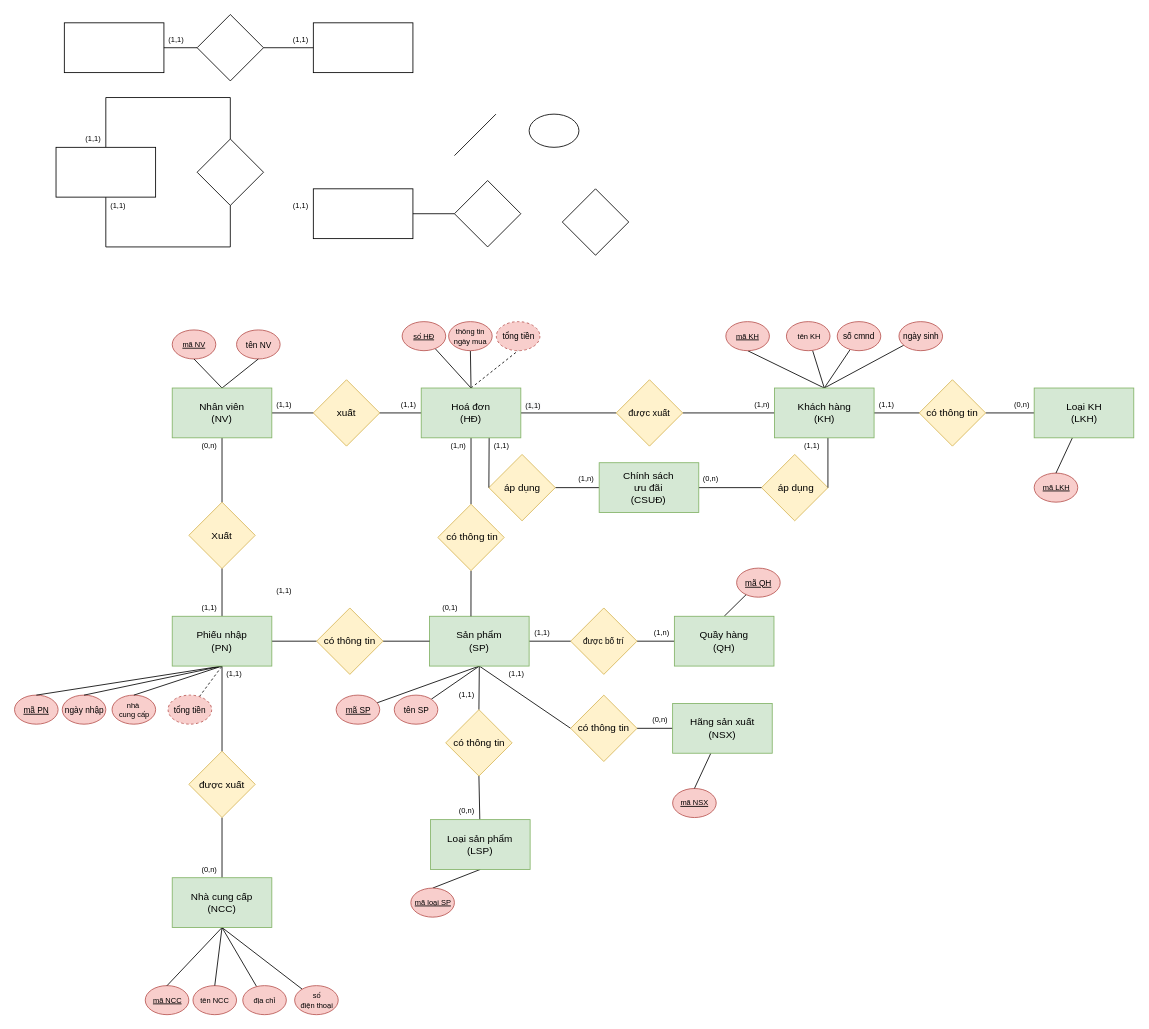
This is EXERCISES/Untitled Diagram.drawio from andytino/Documents-Database, a draw.io file, before an edit. Source tidied: cells renumbered, new cells numbered last; positions are measured from the earlier drawing's top-left corner, leaving out a move shared by most shapes. Both pictures are drawn from the tidied source at 83%, with x=0, y=0 at pixel (14, 14).
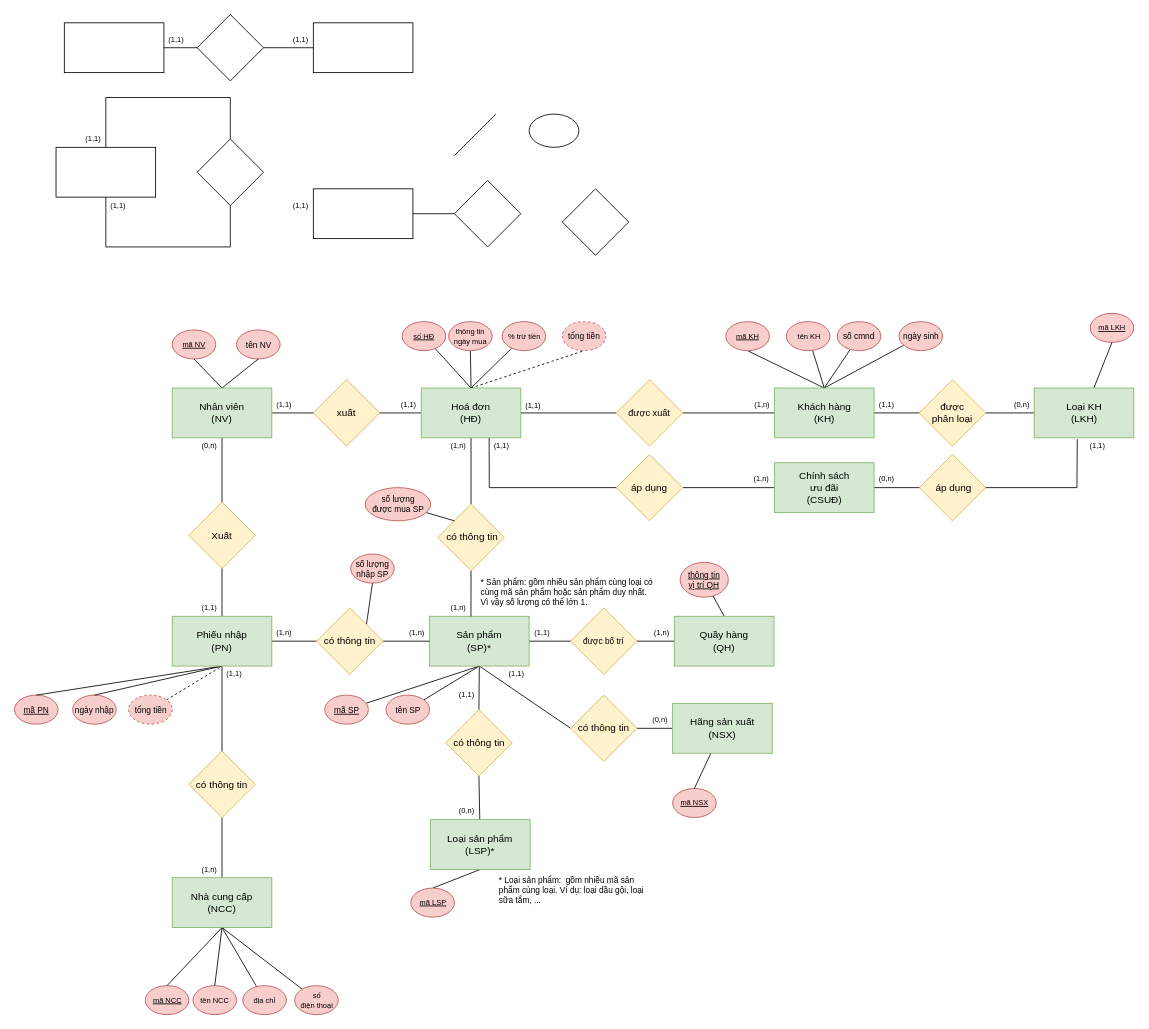
The same page after the edit.

The change refers to these unchanged cells:
```xml
<mxCell id="90" value="Phiếu nhập&lt;br&gt;(PN)" style="rounded=0;whiteSpace=wrap;html=1;fillColor=#d5e8d4;strokeColor=#82b366;" parent="1" vertex="1">
  <mxGeometry x="190" y="725" width="120" height="60" as="geometry" />
</mxCell>
<mxCell id="94" value="có thông tin" style="rhombus;whiteSpace=wrap;html=1;fillColor=#fff2cc;strokeColor=#d6b656;" parent="1" vertex="1">
  <mxGeometry x="364" y="715" width="80" height="80" as="geometry" />
</mxCell>
<mxCell id="105" value="Hoá đơn&lt;br&gt;(HĐ)" style="rounded=0;whiteSpace=wrap;html=1;fillColor=#d5e8d4;strokeColor=#82b366;" parent="1" vertex="1">
  <mxGeometry x="490" y="450" width="120" height="60" as="geometry" />
</mxCell>
<mxCell id="110" value="&amp;nbsp;có thông tin" style="rhombus;whiteSpace=wrap;html=1;fillColor=#fff2cc;strokeColor=#d6b656;" parent="1" vertex="1">
  <mxGeometry x="510" y="590" width="80" height="80" as="geometry" />
</mxCell>
<mxCell id="144" value="Loại KH&lt;br&gt;(LKH)" style="rounded=0;whiteSpace=wrap;html=1;fillColor=#d5e8d4;strokeColor=#82b366;" parent="1" vertex="1">
  <mxGeometry x="1228.5" y="450" width="120" height="60" as="geometry" />
</mxCell>
```

Change to the diagram source:
```diff
@@
     <mxCell id="33" value="&amp;nbsp;áp dụng" style="rhombus;whiteSpace=wrap;html=1;rotation=0;fillColor=#fff2cc;strokeColor=#d6b656;" parent="1" vertex="1">
-      <mxGeometry x="900" y="530" width="80" height="80" as="geometry" />
+      <mxGeometry x="1090" y="530" width="80" height="80" as="geometry" />
     </mxCell>
-    <mxCell id="34" style="edgeStyle=none;shape=connector;rounded=0;jettySize=auto;html=1;labelBackgroundColor=default;fontFamily=Helvetica;fontSize=9;fontColor=default;endArrow=none;strokeColor=default;entryX=1;entryY=0.5;entryDx=0;entryDy=0;" parent="1" edge="1" target="33">
+    <mxCell id="34" style="edgeStyle=none;shape=connector;rounded=0;jettySize=auto;html=1;labelBackgroundColor=default;fontFamily=Helvetica;fontSize=9;fontColor=default;endArrow=none;strokeColor=default;entryX=1;entryY=0.5;entryDx=0;entryDy=0;exitX=0.433;exitY=1.028;exitDx=0;exitDy=0;exitPerimeter=0;" parent="1" edge="1" source="144" target="33">
       <mxGeometry relative="1" as="geometry">
-        <mxPoint x="980" y="510" as="sourcePoint" />
+        <Array as="points">
+          <mxPoint x="1280" y="570" />
+        </Array>
       </mxGeometry>
     </mxCell>
@@
     <mxCell id="44" value="ngày nhập" style="ellipse;whiteSpace=wrap;html=1;fontSize=10;fillColor=#f8cecc;strokeColor=#b85450;" parent="1" vertex="1">
-      <mxGeometry x="57.5" y="820" width="52.5" height="35" as="geometry" />
+      <mxGeometry x="70" y="820" width="52.5" height="35" as="geometry" />
     </mxCell>
-    <mxCell id="45" value="nhà&amp;nbsp;&lt;br style=&quot;font-size: 9px;&quot;&gt;cung cấp" style="ellipse;whiteSpace=wrap;html=1;fontSize=9;fillColor=#f8cecc;strokeColor=#b85450;" parent="1" vertex="1">
-      <mxGeometry x="117.5" y="820" width="52.5" height="35" as="geometry" />
-    </mxCell>
@@
-    <mxCell id="48" style="edgeStyle=none;shape=connector;rounded=0;jettySize=auto;html=1;entryX=0.5;entryY=0;entryDx=0;entryDy=0;labelBackgroundColor=default;fontFamily=Helvetica;fontSize=9;fontColor=default;endArrow=none;strokeColor=default;exitX=0.5;exitY=1;exitDx=0;exitDy=0;" parent="1" edge="1" source="90" target="45">
-      <mxGeometry relative="1" as="geometry" />
-    </mxCell>
@@
     <mxCell id="50" value="tổng tiền" style="ellipse;whiteSpace=wrap;html=1;fontSize=10;dashed=1;fillColor=#f8cecc;strokeColor=#b85450;" parent="1" vertex="1">
-      <mxGeometry x="185" y="820" width="52.5" height="35" as="geometry" />
+      <mxGeometry x="137.5" y="820" width="52.5" height="35" as="geometry" />
     </mxCell>
@@
     <mxCell id="56" value="&lt;u style=&quot;font-size: 10px;&quot;&gt;mã SP&lt;/u&gt;" style="ellipse;whiteSpace=wrap;html=1;fontSize=10;fillColor=#f8cecc;strokeColor=#b85450;" parent="1" vertex="1">
-      <mxGeometry x="387.5" y="820" width="52.5" height="35" as="geometry" />
+      <mxGeometry x="373.8" y="820" width="52.5" height="35" as="geometry" />
     </mxCell>
@@
     <mxCell id="58" value="tên SP" style="ellipse;whiteSpace=wrap;html=1;fontSize=10;fillColor=#f8cecc;strokeColor=#b85450;" parent="1" vertex="1">
-      <mxGeometry x="457.5" y="820" width="52.5" height="35" as="geometry" />
+      <mxGeometry x="447.5" y="820" width="52.5" height="35" as="geometry" />
     </mxCell>
@@
-    <mxCell id="62" value="&lt;u&gt;mã loại SP&lt;/u&gt;" style="ellipse;whiteSpace=wrap;html=1;fontSize=9;fillColor=#f8cecc;strokeColor=#b85450;" parent="1" vertex="1">
+    <mxCell id="62" value="&lt;u&gt;mã LSP&lt;/u&gt;" style="ellipse;whiteSpace=wrap;html=1;fontSize=9;fillColor=#f8cecc;strokeColor=#b85450;" parent="1" vertex="1">
       <mxGeometry x="477.5" y="1052.5" width="52.5" height="35" as="geometry" />
     </mxCell>
@@
     <mxCell id="67" value="tổng tiền" style="ellipse;whiteSpace=wrap;html=1;fontSize=10;dashed=1;fillColor=#f8cecc;strokeColor=#b85450;" parent="1" vertex="1">
-      <mxGeometry x="580.5" y="370" width="52.5" height="35" as="geometry" />
+      <mxGeometry x="660" y="370" width="52.5" height="35" as="geometry" />
     </mxCell>
@@
-    <mxCell id="77" style="edgeStyle=none;shape=connector;rounded=0;jettySize=auto;html=1;entryX=1;entryY=1;entryDx=0;entryDy=0;labelBackgroundColor=default;fontFamily=Helvetica;fontSize=10;fontColor=default;endArrow=none;strokeColor=default;" parent="1" edge="1" source="78" target="143">
+    <mxCell id="77" style="edgeStyle=none;shape=connector;rounded=0;jettySize=auto;html=1;labelBackgroundColor=default;fontFamily=Helvetica;fontSize=10;fontColor=default;endArrow=none;strokeColor=default;" parent="1" edge="1" source="78" target="142">
       <mxGeometry relative="1" as="geometry" />
     </mxCell>
     <mxCell id="78" value="áp dụng" style="rhombus;whiteSpace=wrap;html=1;rotation=0;fillColor=#fff2cc;strokeColor=#d6b656;" parent="1" vertex="1">
-      <mxGeometry x="571.5" y="530" width="80" height="80" as="geometry" />
+      <mxGeometry x="725" y="530" width="80" height="80" as="geometry" />
     </mxCell>
     <mxCell id="79" style="edgeStyle=none;shape=connector;rounded=0;jettySize=auto;html=1;entryX=0;entryY=0.5;entryDx=0;entryDy=0;labelBackgroundColor=default;fontFamily=Helvetica;fontSize=10;fontColor=default;endArrow=none;strokeColor=default;exitX=0.682;exitY=0.998;exitDx=0;exitDy=0;exitPerimeter=0;" parent="1" edge="1" source="105" target="78">
-      <mxGeometry relative="1" as="geometry" />
+      <mxGeometry relative="1" as="geometry">
+        <Array as="points">
+          <mxPoint x="572" y="570" />
+        </Array>
+      </mxGeometry>
     </mxCell>
     <mxCell id="80" value="(0,n)" style="text;html=1;strokeColor=none;fillColor=none;align=center;verticalAlign=middle;whiteSpace=wrap;rounded=0;fontFamily=Helvetica;fontSize=9;fontColor=default;" parent="1" vertex="1">
-      <mxGeometry x="824.4" y="550" width="30" height="20" as="geometry" />
+      <mxGeometry x="1035.6" y="550" width="30" height="20" as="geometry" />
     </mxCell>
@@
-    <mxCell id="82" value="được xuất" style="rhombus;whiteSpace=wrap;html=1;fillColor=#fff2cc;strokeColor=#d6b656;" parent="1" vertex="1">
+    <mxCell id="82" value="có thông tin" style="rhombus;whiteSpace=wrap;html=1;fillColor=#fff2cc;strokeColor=#d6b656;" parent="1" vertex="1">
       <mxGeometry x="210" y="887.5" width="80" height="80" as="geometry" />
     </mxCell>
@@
-    <mxCell id="88" value="Sản phẩm&lt;br&gt;(SP)" style="rounded=0;whiteSpace=wrap;html=1;fillColor=#d5e8d4;strokeColor=#82b366;" parent="1" vertex="1">
+    <mxCell id="88" value="Sản phẩm&lt;br&gt;(SP)*" style="rounded=0;whiteSpace=wrap;html=1;fillColor=#d5e8d4;strokeColor=#82b366;" parent="1" vertex="1">
       <mxGeometry x="500" y="725" width="120" height="60" as="geometry" />
     </mxCell>
@@
-    <mxCell id="91" value="(1,1)" style="text;html=1;strokeColor=none;fillColor=none;align=center;verticalAlign=middle;whiteSpace=wrap;rounded=0;fontFamily=Helvetica;fontSize=9;fontColor=default;" parent="1" vertex="1">
-      <mxGeometry x="310" y="685" width="30" height="20" as="geometry" />
+    <mxCell id="91" value="(1,n)" style="text;html=1;strokeColor=none;fillColor=none;align=center;verticalAlign=middle;whiteSpace=wrap;rounded=0;fontFamily=Helvetica;fontSize=9;fontColor=default;" parent="1" vertex="1">
+      <mxGeometry x="310" y="735" width="30" height="20" as="geometry" />
     </mxCell>
@@
+    <mxCell id="146" style="edgeStyle=none;shape=connector;rounded=0;jettySize=auto;html=1;exitX=1;exitY=0;exitDx=0;exitDy=0;entryX=0.5;entryY=1;entryDx=0;entryDy=0;labelBackgroundColor=default;fontFamily=Helvetica;fontSize=11;fontColor=default;endArrow=none;strokeColor=default;" parent="1" edge="1" source="94" target="147">
+      <mxGeometry relative="1" as="geometry" />
+    </mxCell>
@@
-    <mxCell id="97" value="&lt;u style=&quot;font-size: 10px;&quot;&gt;mã QH&lt;/u&gt;" style="ellipse;whiteSpace=wrap;html=1;fontSize=10;fillColor=#f8cecc;strokeColor=#b85450;" parent="1" vertex="1">
-      <mxGeometry x="870" y="667" width="52.5" height="35" as="geometry" />
+    <mxCell id="97" value="&lt;u&gt;thông tin&lt;br&gt;vị trí QH&lt;/u&gt;" style="ellipse;whiteSpace=wrap;html=1;fontSize=10;fillColor=#f8cecc;strokeColor=#b85450;" parent="1" vertex="1">
+      <mxGeometry x="801.9" y="660" width="58.1" height="42" as="geometry" />
     </mxCell>
@@
-    <mxCell id="118" value="có thông tin" style="rhombus;whiteSpace=wrap;html=1;fillColor=#fff2cc;strokeColor=#d6b656;" parent="1" vertex="1">
+    <mxCell id="118" value="được&lt;br&gt;phân loại" style="rhombus;whiteSpace=wrap;html=1;fillColor=#fff2cc;strokeColor=#d6b656;" parent="1" vertex="1">
       <mxGeometry x="1090" y="440" width="80" height="80" as="geometry" />
     </mxCell>
     <mxCell id="119" value="&lt;u&gt;mã LKH&lt;/u&gt;" style="ellipse;whiteSpace=wrap;html=1;fontSize=9;fillColor=#f8cecc;strokeColor=#b85450;" parent="1" vertex="1">
-      <mxGeometry x="1228.5" y="552.5" width="52.5" height="35" as="geometry" />
+      <mxGeometry x="1296" y="360" width="52.5" height="35" as="geometry" />
     </mxCell>
@@
-    <mxCell id="121" style="edgeStyle=none;shape=connector;rounded=0;jettySize=auto;html=1;entryX=0.5;entryY=0;entryDx=0;entryDy=0;labelBackgroundColor=default;fontFamily=Helvetica;fontSize=10;fontColor=default;endArrow=none;strokeColor=default;" parent="1" edge="1" source="144" target="119">
+    <mxCell id="121" style="edgeStyle=none;shape=connector;rounded=0;jettySize=auto;html=1;entryX=0.5;entryY=1;entryDx=0;entryDy=0;labelBackgroundColor=default;fontFamily=Helvetica;fontSize=10;fontColor=default;endArrow=none;strokeColor=default;" parent="1" edge="1" source="144" target="119">
       <mxGeometry relative="1" as="geometry" />
     </mxCell>
@@
-    <mxCell id="129" value="(0,1)" style="text;html=1;strokeColor=none;fillColor=none;align=center;verticalAlign=middle;whiteSpace=wrap;rounded=0;fontFamily=Helvetica;fontSize=9;fontColor=default;" parent="1" vertex="1">
-      <mxGeometry x="510" y="705" width="30" height="20" as="geometry" />
+    <mxCell id="129" value="(1,n)" style="text;html=1;strokeColor=none;fillColor=none;align=center;verticalAlign=middle;whiteSpace=wrap;rounded=0;fontFamily=Helvetica;fontSize=9;fontColor=default;" parent="1" vertex="1">
+      <mxGeometry x="519.5" y="705" width="30" height="20" as="geometry" />
     </mxCell>
@@
-    <mxCell id="131" value="(0,n)" style="text;html=1;strokeColor=none;fillColor=none;align=center;verticalAlign=middle;whiteSpace=wrap;rounded=0;fontFamily=Helvetica;fontSize=9;fontColor=default;" parent="1" vertex="1">
+    <mxCell id="131" value="(1,n)" style="text;html=1;strokeColor=none;fillColor=none;align=center;verticalAlign=middle;whiteSpace=wrap;rounded=0;fontFamily=Helvetica;fontSize=9;fontColor=default;" parent="1" vertex="1">
       <mxGeometry x="220" y="1020" width="30" height="20" as="geometry" />
     </mxCell>
@@
-    <mxCell id="135" value="Loại sản phẩm&lt;br&gt;(LSP)" style="rounded=0;whiteSpace=wrap;html=1;fillColor=#d5e8d4;strokeColor=#82b366;" parent="1" vertex="1">
+    <mxCell id="135" value="Loại sản phẩm&lt;br&gt;(LSP)*" style="rounded=0;whiteSpace=wrap;html=1;fillColor=#d5e8d4;strokeColor=#82b366;" parent="1" vertex="1">
       <mxGeometry x="501.2" y="970" width="120" height="60" as="geometry" />
     </mxCell>
@@
     <mxCell id="139" value="(1,1)" style="text;html=1;strokeColor=none;fillColor=none;align=center;verticalAlign=middle;whiteSpace=wrap;rounded=0;fontFamily=Helvetica;fontSize=9;fontColor=default;" parent="1" vertex="1">
-      <mxGeometry x="945.6" y="510" width="30" height="20" as="geometry" />
+      <mxGeometry x="1290" y="510" width="30" height="20" as="geometry" />
     </mxCell>
@@
     <mxCell id="142" value="Chính sách&lt;br&gt;ưu đãi&lt;br&gt;(CSUĐ)" style="rounded=0;whiteSpace=wrap;html=1;fillColor=#d5e8d4;strokeColor=#82b366;" parent="1" vertex="1">
-      <mxGeometry x="704.4" y="540" width="120" height="60" as="geometry" />
+      <mxGeometry x="915.6" y="540" width="120" height="60" as="geometry" />
     </mxCell>
     <mxCell id="143" value="(1,n)" style="text;html=1;strokeColor=none;fillColor=none;align=center;verticalAlign=middle;whiteSpace=wrap;rounded=0;fontFamily=Helvetica;fontSize=9;fontColor=default;" parent="1" vertex="1">
-      <mxGeometry x="674.4" y="550" width="30" height="20" as="geometry" />
+      <mxGeometry x="885" y="550" width="30" height="20" as="geometry" />
     </mxCell>
@@
+    <mxCell id="147" value="&lt;span&gt;số lượng nhập SP&lt;/span&gt;" style="ellipse;whiteSpace=wrap;html=1;fontSize=10;fillColor=#f8cecc;strokeColor=#b85450;fontStyle=0;" parent="1" vertex="1">
+      <mxGeometry x="405" y="650" width="52.5" height="35" as="geometry" />
+    </mxCell>
+    <mxCell id="148" value="(1,n)" style="text;html=1;strokeColor=none;fillColor=none;align=center;verticalAlign=middle;whiteSpace=wrap;rounded=0;fontFamily=Helvetica;fontSize=9;fontColor=default;" parent="1" vertex="1">
+      <mxGeometry x="470" y="735" width="30" height="20" as="geometry" />
+    </mxCell>
+    <mxCell id="149" style="edgeStyle=none;shape=connector;rounded=0;jettySize=auto;html=1;entryX=0;entryY=0;entryDx=0;entryDy=0;labelBackgroundColor=default;fontFamily=Helvetica;fontSize=10;fontColor=default;endArrow=none;strokeColor=default;" parent="1" edge="1" source="150" target="110">
+      <mxGeometry relative="1" as="geometry" />
+    </mxCell>
+    <mxCell id="150" value="&lt;span&gt;số lượng &lt;br&gt;được mua SP&lt;/span&gt;" style="ellipse;whiteSpace=wrap;html=1;fontSize=10;fillColor=#f8cecc;strokeColor=#b85450;fontStyle=0;" parent="1" vertex="1">
+      <mxGeometry x="422.5" y="570" width="78.8" height="40" as="geometry" />
+    </mxCell>
+    <mxCell id="151" style="edgeStyle=none;shape=connector;rounded=0;jettySize=auto;html=1;entryX=0.5;entryY=0;entryDx=0;entryDy=0;labelBackgroundColor=default;fontFamily=Helvetica;fontSize=10;fontColor=default;endArrow=none;strokeColor=default;" parent="1" edge="1" source="152" target="105">
+      <mxGeometry relative="1" as="geometry" />
+    </mxCell>
+    <mxCell id="152" value="% trừ tiền" style="ellipse;whiteSpace=wrap;html=1;fontSize=9;fillColor=#f8cecc;strokeColor=#b85450;" parent="1" vertex="1">
+      <mxGeometry x="587.5" y="370" width="52.5" height="35" as="geometry" />
+    </mxCell>
+    <mxCell id="153" value="* Sản phẩm: gồm nhiều sản phẩm cùng loại có cùng mã sản phẩm hoặc sản phẩm duy nhất. Vì vậy số lượng có thể lớn 1." style="text;html=1;strokeColor=none;fillColor=none;align=left;verticalAlign=middle;whiteSpace=wrap;rounded=0;dashed=1;fontFamily=Helvetica;fontSize=10;fontColor=default;" parent="1" vertex="1">
+      <mxGeometry x="560" y="681" width="210" height="30" as="geometry" />
+    </mxCell>
+    <mxCell id="154" value="* Loại sản phẩm:&amp;nbsp; gồm nhiều mã sản phẩm cùng loại. Ví dụ: loại dầu gội, loại &lt;br&gt;sữa tắm, ..." style="text;html=1;strokeColor=none;fillColor=none;align=left;verticalAlign=middle;whiteSpace=wrap;rounded=0;dashed=1;fontFamily=Helvetica;fontSize=10;fontColor=default;" parent="1" vertex="1">
+      <mxGeometry x="581.5" y="1040" width="188.5" height="30" as="geometry" />
+    </mxCell>
```
